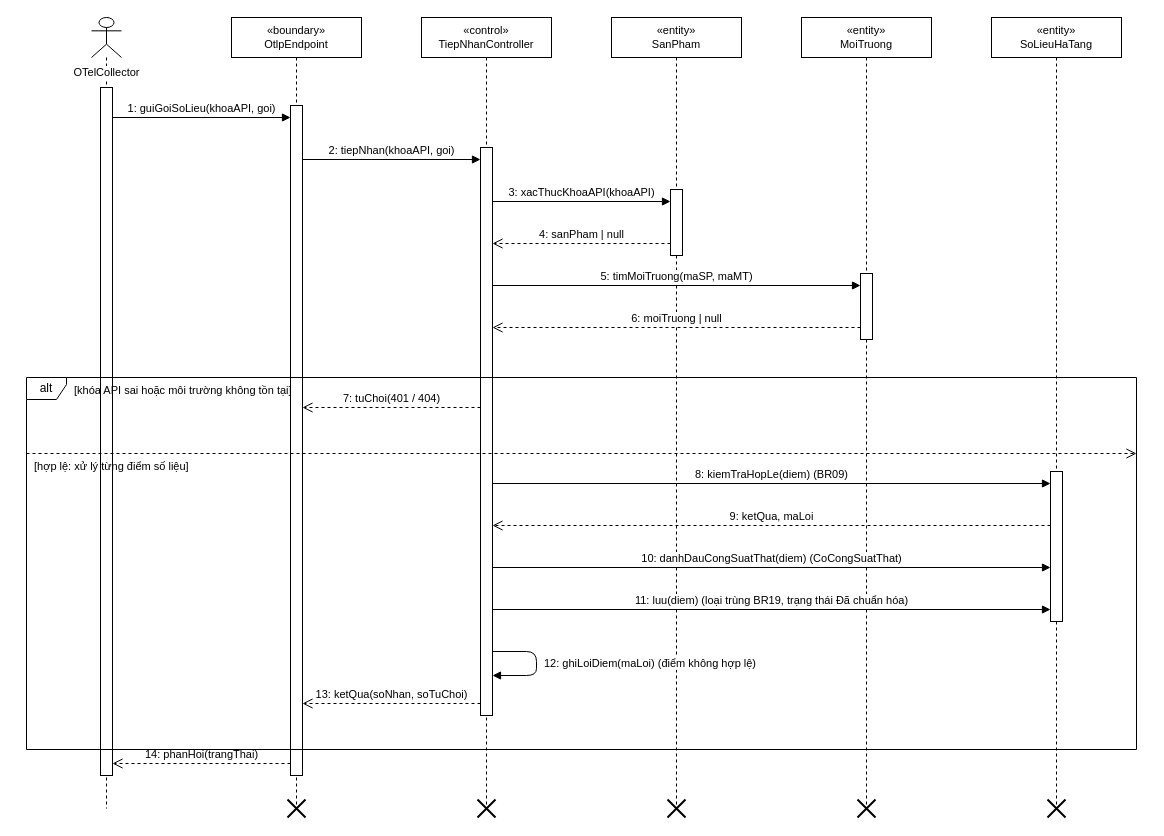
The draw.io diagram docs/diagrams/03_TuanTu/UC_GD_009_Sequence_TiepNhanSoLieuHaTang.drawio in TranThienNhan8279/GreenDash, before the edit. Source tidied: cells renumbered, new cells numbered last; positions are measured from the earlier drawing's top-left corner, leaving out a move shared by most shapes. Both pictures are drawn from the tidied source at 100%, with x=0, y=0 at pixel (26, 17).
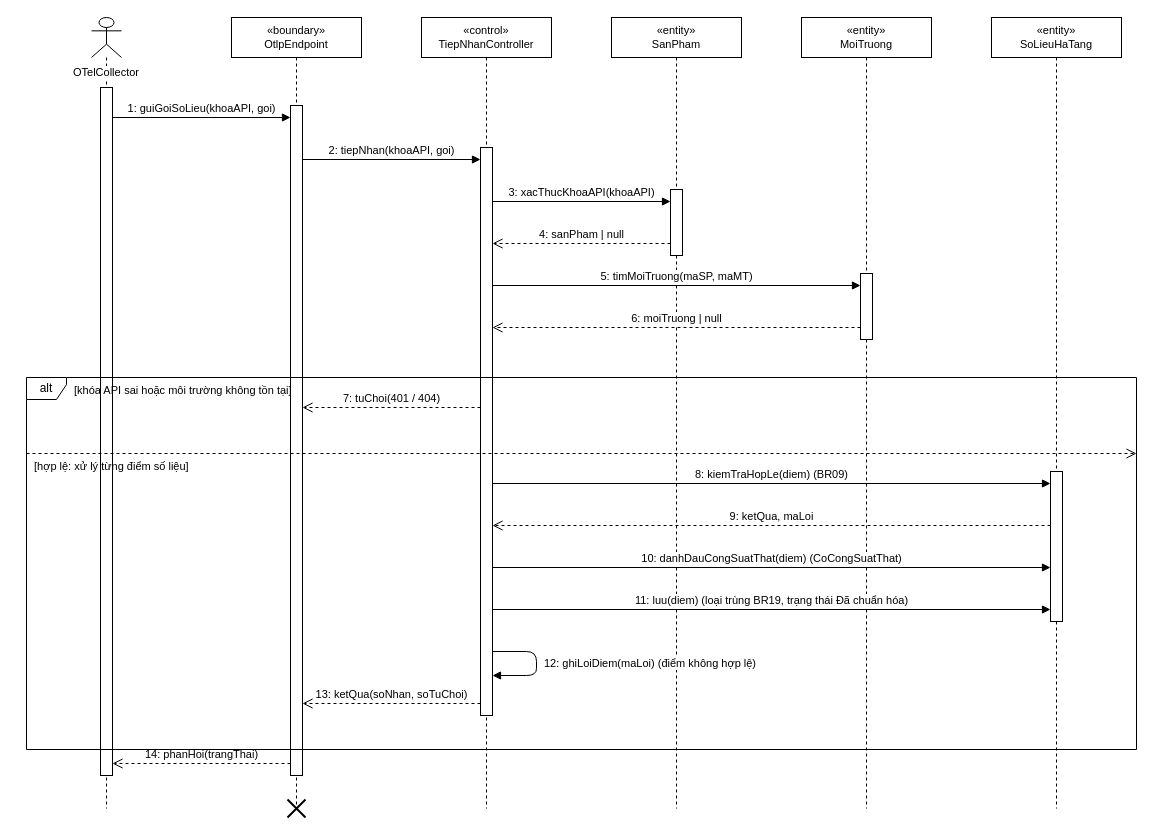
Above is the later version.

Change to the diagram source:
```diff
@@
-    <mxCell id="2" value="OTelCollector" style="shape=umlLifeline;participant=umlActor;verticalAlign=top;spacingTop=42;labelBackgroundColor=#ffffff;perimeter=lifelinePerimeter;whiteSpace=nowrap;html=1;fontSize=11;" parent="1" vertex="1">
+    <mxCell id="2" value="OTelCollector" style="shape=umlLifeline;participant=umlActor;verticalAlign=top;spacingTop=42;labelBackgroundColor=#ffffff;perimeter=lifelinePerimeter;whiteSpace=wrap;html=1;fontSize=11;" parent="1" vertex="1">
       <mxGeometry x="65" width="30" height="791" as="geometry" />
     </mxCell>
@@
-    <mxCell id="12" style="shape=umlDestroy;html=1;strokeWidth=2;strokeColor=#000000;" parent="1" vertex="1">
-      <mxGeometry x="451" y="782" width="18" height="18" as="geometry" />
-    </mxCell>
@@
-    <mxCell id="14" style="shape=umlDestroy;html=1;strokeWidth=2;strokeColor=#000000;" parent="1" vertex="1">
-      <mxGeometry x="641" y="782" width="18" height="18" as="geometry" />
-    </mxCell>
@@
-    <mxCell id="16" style="shape=umlDestroy;html=1;strokeWidth=2;strokeColor=#000000;" parent="1" vertex="1">
-      <mxGeometry x="831" y="782" width="18" height="18" as="geometry" />
-    </mxCell>
@@
-    <mxCell id="18" style="shape=umlDestroy;html=1;strokeWidth=2;strokeColor=#000000;" parent="1" vertex="1">
-      <mxGeometry x="1021" y="782" width="18" height="18" as="geometry" />
-    </mxCell>
```
